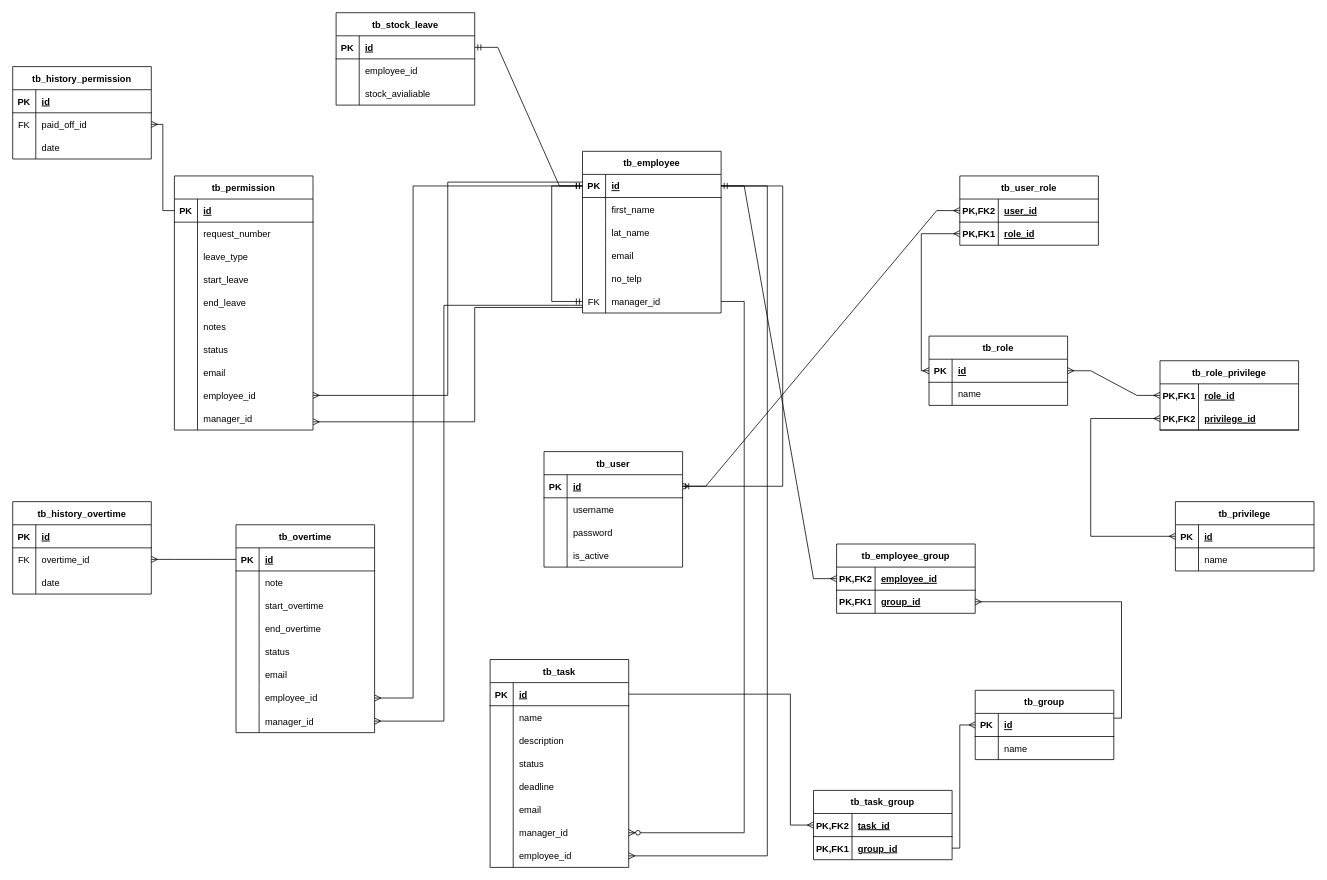
Before: Final.drawio in zarmintaa/Skripsi, a draw.io diagram. Source tidied: cells renumbered, new cells numbered last; positions are measured from the earlier drawing's top-left corner, leaving out a move shared by most shapes. Both pictures are drawn from the tidied source at 77%, with x=0, y=0 at pixel (12, 12).
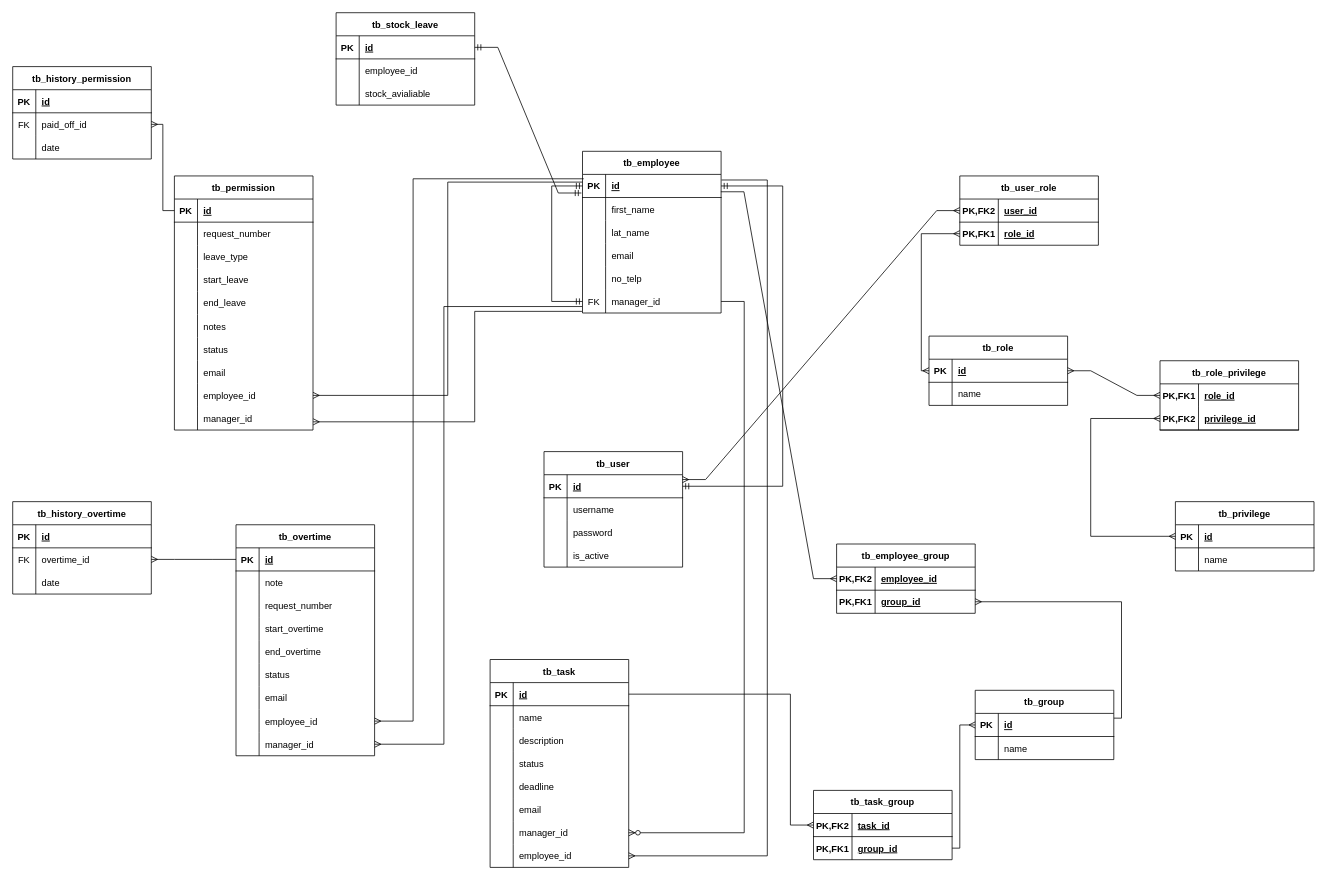
The same page after the edit.

Unchanged cells that the change refers to:
```xml
<mxCell id="3" style="shape=tableRow;horizontal=0;startSize=0;swimlaneHead=0;swimlaneBody=0;fillColor=none;points=[[0,0.5],[1,0.5]];portConstraint=eastwest;top=0;left=0;right=0;bottom=1;" parent="2" vertex="1">
  <mxGeometry y="30" width="180" height="30" as="geometry" />
</mxCell>
<mxCell id="30" style="shape=tableRow;horizontal=0;startSize=0;swimlaneHead=0;swimlaneBody=0;fillColor=none;points=[[0,0.5],[1,0.5]];portConstraint=eastwest;top=0;left=0;right=0;bottom=1;" parent="29" vertex="1">
  <mxGeometry y="30" width="180" height="30" as="geometry" />
</mxCell>
<mxCell id="45" style="shape=tableRow;horizontal=0;startSize=0;swimlaneHead=0;swimlaneBody=0;fillColor=none;points=[[0,0.5],[1,0.5]];portConstraint=eastwest;top=0;left=0;right=0;bottom=0;" parent="29" vertex="1">
  <mxGeometry y="180" width="180" height="30" as="geometry" />
</mxCell>
<mxCell id="84" style="shape=tableRow;horizontal=0;startSize=0;swimlaneHead=0;swimlaneBody=0;fillColor=none;points=[[0,0.5],[1,0.5]];portConstraint=eastwest;top=0;left=0;right=0;bottom=0;" parent="56" vertex="1">
  <mxGeometry y="300" width="180" height="30" as="geometry" />
</mxCell>
<mxCell id="109" style="shape=tableRow;horizontal=0;startSize=0;swimlaneHead=0;swimlaneBody=0;fillColor=none;points=[[0,0.5],[1,0.5]];portConstraint=eastwest;top=0;left=0;right=0;bottom=1;" parent="108" vertex="1">
  <mxGeometry y="30" width="180" height="30" as="geometry" />
</mxCell>
<mxCell id="141" style="shape=tableRow;horizontal=0;startSize=0;swimlaneHead=0;swimlaneBody=0;fillColor=none;points=[[0,0.5],[1,0.5]];portConstraint=eastwest;top=0;left=0;right=0;bottom=0;" parent="119" vertex="1">
  <mxGeometry y="240" width="180" height="30" as="geometry" />
</mxCell>
<mxCell id="159" style="shape=tableRow;horizontal=0;startSize=0;swimlaneHead=0;swimlaneBody=0;fillColor=none;points=[[0,0.5],[1,0.5]];portConstraint=eastwest;top=0;left=0;right=0;bottom=1;" parent="158" vertex="1">
  <mxGeometry y="30" width="180" height="30" as="geometry" />
</mxCell>
<mxCell id="202" style="shape=tableRow;horizontal=0;startSize=0;swimlaneHead=0;swimlaneBody=0;fillColor=none;points=[[0,0.5],[1,0.5]];portConstraint=eastwest;top=0;left=0;right=0;bottom=1;" parent="201" vertex="1">
  <mxGeometry y="30" width="180" height="30" as="geometry" />
</mxCell>
```

Change to the diagram source:
```diff
@@
-    <mxCell id="115" style="edgeStyle=entityRelationEdgeStyle;fontSize=12;html=1;endArrow=ERmany;startArrow=ERmany;rounded=0;elbow=vertical;entryX=0;entryY=0.5;entryDx=0;entryDy=0;" parent="1" edge="1" target="109">
-      <mxGeometry relative="1" as="geometry">
-        <mxPoint x="870" y="615" as="sourcePoint" />
-      </mxGeometry>
+    <mxCell id="115" style="edgeStyle=entityRelationEdgeStyle;fontSize=12;html=1;endArrow=ERmany;startArrow=ERmany;rounded=0;elbow=vertical;entryX=0;entryY=0.5;entryDx=0;entryDy=0;exitX=0.999;exitY=0.21;exitDx=0;exitDy=0;exitPerimeter=0;" parent="1" edge="1" source="3" target="109">
+      <mxGeometry relative="1" as="geometry" />
     </mxCell>
@@
-    <mxCell id="166" style="edgeStyle=entityRelationEdgeStyle;fontSize=12;html=1;endArrow=ERmany;rounded=0;entryX=0;entryY=0.5;entryDx=0;entryDy=0;exitX=1;exitY=0.5;exitDx=0;exitDy=0;" parent="1" edge="1" source="30" target="159">
+    <mxCell id="166" style="edgeStyle=entityRelationEdgeStyle;fontSize=12;html=1;endArrow=ERmany;rounded=0;entryX=0;entryY=0.5;entryDx=0;entryDy=0;exitX=0.998;exitY=0.752;exitDx=0;exitDy=0;exitPerimeter=0;" parent="1" edge="1" source="30" target="159">
       <mxGeometry relative="1" as="geometry" />
     </mxCell>
@@
-    <mxCell id="168" style="edgeStyle=elbowEdgeStyle;fontSize=12;html=1;endArrow=ERmany;rounded=0;exitX=1;exitY=0.5;exitDx=0;exitDy=0;entryX=1;entryY=0.5;entryDx=0;entryDy=0;" parent="1" edge="1" source="30" target="141">
+    <mxCell id="168" style="edgeStyle=elbowEdgeStyle;fontSize=12;html=1;endArrow=ERmany;rounded=0;exitX=1.003;exitY=0.242;exitDx=0;exitDy=0;entryX=1;entryY=0.5;entryDx=0;entryDy=0;exitPerimeter=0;" parent="1" edge="1" source="30" target="141">
       <mxGeometry relative="1" as="geometry">
         <Array as="points">
           <mxPoint x="980" y="910" />
           <mxPoint x="1010" y="670" />
         </Array>
       </mxGeometry>
     </mxCell>
@@
-    <mxCell id="171" style="edgeStyle=elbowEdgeStyle;fontSize=12;html=1;endArrow=ERmany;rounded=0;exitX=0.001;exitY=0.761;exitDx=0;exitDy=0;exitPerimeter=0;entryX=1.001;entryY=0.644;entryDx=0;entryDy=0;entryPerimeter=0;" parent="1" edge="1" source="45" target="84">
+    <mxCell id="171" style="edgeStyle=elbowEdgeStyle;fontSize=12;html=1;endArrow=ERmany;rounded=0;exitX=-0.004;exitY=0.929;exitDx=0;exitDy=0;exitPerimeter=0;entryX=1.001;entryY=0.644;entryDx=0;entryDy=0;entryPerimeter=0;" parent="1" edge="1" source="45" target="84">
       <mxGeometry relative="1" as="geometry">
         <Array as="points">
           <mxPoint x="600" y="460" />
         </Array>
       </mxGeometry>
     </mxCell>
@@
     <mxCell id="173" value="tb_overtime" style="shape=table;startSize=30;childLayout=tableLayout;rowLines=0;fontStyle=1;align=center;" parent="1" vertex="1">
-      <mxGeometry x="290" y="665" width="180" height="270" as="geometry" />
+      <mxGeometry x="290" y="665" width="180" height="300" as="geometry" />
     </mxCell>
@@
+    <mxCell id="213" style="shape=tableRow;horizontal=0;startSize=0;swimlaneHead=0;swimlaneBody=0;fillColor=none;top=0;left=0;right=0;bottom=0;" parent="173" vertex="1">
+      <mxGeometry y="90" width="180" height="30" as="geometry" />
+    </mxCell>
+    <mxCell id="214" style="shape=partialRectangle;fillColor=none;top=0;left=0;bottom=0;right=0;overflow=hidden;" parent="213" vertex="1">
+      <mxGeometry width="30" height="30" as="geometry" />
+    </mxCell>
+    <mxCell id="215" value="request_number" style="shape=partialRectangle;fillColor=none;top=0;left=0;bottom=0;right=0;align=left;spacingLeft=6;overflow=hidden;" parent="213" vertex="1">
+      <mxGeometry x="30" width="150" height="30" as="geometry" />
+    </mxCell>
     <mxCell id="180" style="shape=tableRow;horizontal=0;startSize=0;swimlaneHead=0;swimlaneBody=0;fillColor=none;top=0;left=0;right=0;bottom=0;" parent="173" vertex="1">
-      <mxGeometry y="90" width="180" height="30" as="geometry" />
+      <mxGeometry y="120" width="180" height="30" as="geometry" />
     </mxCell>
@@
     <mxCell id="183" style="shape=tableRow;horizontal=0;startSize=0;swimlaneHead=0;swimlaneBody=0;fillColor=none;top=0;left=0;right=0;bottom=0;" parent="173" vertex="1">
-      <mxGeometry y="120" width="180" height="30" as="geometry" />
+      <mxGeometry y="150" width="180" height="30" as="geometry" />
     </mxCell>
@@
     <mxCell id="186" style="shape=tableRow;horizontal=0;startSize=0;swimlaneHead=0;swimlaneBody=0;fillColor=none;top=0;left=0;right=0;bottom=0;" parent="173" vertex="1">
-      <mxGeometry y="150" width="180" height="30" as="geometry" />
+      <mxGeometry y="180" width="180" height="30" as="geometry" />
     </mxCell>
@@
     <mxCell id="189" style="shape=tableRow;horizontal=0;startSize=0;swimlaneHead=0;swimlaneBody=0;fillColor=none;top=0;left=0;right=0;bottom=0;" parent="173" vertex="1">
-      <mxGeometry y="180" width="180" height="30" as="geometry" />
+      <mxGeometry y="210" width="180" height="30" as="geometry" />
     </mxCell>
@@
     <mxCell id="192" style="shape=tableRow;horizontal=0;startSize=0;swimlaneHead=0;swimlaneBody=0;fillColor=none;points=[[0,0.5],[1,0.5]];portConstraint=eastwest;top=0;left=0;right=0;bottom=0;" parent="173" vertex="1">
-      <mxGeometry y="210" width="180" height="30" as="geometry" />
+      <mxGeometry y="240" width="180" height="30" as="geometry" />
     </mxCell>
@@
     <mxCell id="195" style="shape=tableRow;horizontal=0;startSize=0;swimlaneHead=0;swimlaneBody=0;fillColor=none;points=[[0,0.5],[1,0.5]];portConstraint=eastwest;top=0;left=0;right=0;bottom=0;" parent="173" vertex="1">
-      <mxGeometry y="240" width="180" height="30" as="geometry" />
+      <mxGeometry y="270" width="180" height="30" as="geometry" />
     </mxCell>
@@
-    <mxCell id="198" style="edgeStyle=elbowEdgeStyle;fontSize=12;html=1;endArrow=ERmany;rounded=0;exitX=0;exitY=0.5;exitDx=0;exitDy=0;entryX=1;entryY=0.5;entryDx=0;entryDy=0;" parent="1" edge="1" source="30" target="192">
+    <mxCell id="198" style="edgeStyle=elbowEdgeStyle;fontSize=12;html=1;endArrow=ERmany;rounded=0;exitX=0.009;exitY=0.19;exitDx=0;exitDy=0;entryX=1;entryY=0.5;entryDx=0;entryDy=0;exitPerimeter=0;" parent="1" edge="1" source="30" target="192">
       <mxGeometry relative="1" as="geometry">
         <Array as="points">
           <mxPoint x="520" y="560" />
         </Array>
       </mxGeometry>
     </mxCell>
-    <mxCell id="199" style="edgeStyle=elbowEdgeStyle;fontSize=12;html=1;endArrow=ERmany;rounded=0;entryX=1;entryY=0.5;entryDx=0;entryDy=0;" parent="1" edge="1" target="195">
+    <mxCell id="199" style="edgeStyle=elbowEdgeStyle;fontSize=12;html=1;endArrow=ERmany;rounded=0;entryX=1;entryY=0.5;entryDx=0;entryDy=0;exitX=-0.002;exitY=0.72;exitDx=0;exitDy=0;exitPerimeter=0;" parent="1" edge="1" source="45" target="195">
       <mxGeometry relative="1" as="geometry">
-        <mxPoint x="740" y="380" as="sourcePoint" />
         <Array as="points">
           <mxPoint x="560" y="640" />
         </Array>
       </mxGeometry>
     </mxCell>
@@
-    <mxCell id="211" style="edgeStyle=entityRelationEdgeStyle;fontSize=12;html=1;endArrow=ERmandOne;startArrow=ERmandOne;rounded=0;entryX=0;entryY=0.5;entryDx=0;entryDy=0;exitX=1;exitY=0.5;exitDx=0;exitDy=0;" parent="1" edge="1" source="202" target="30">
+    <mxCell id="211" style="edgeStyle=entityRelationEdgeStyle;fontSize=12;html=1;endArrow=ERmandOne;startArrow=ERmandOne;rounded=0;entryX=-0.008;entryY=0.805;entryDx=0;entryDy=0;exitX=1;exitY=0.5;exitDx=0;exitDy=0;entryPerimeter=0;" parent="1" edge="1" source="202" target="30">
       <mxGeometry relative="1" as="geometry" />
     </mxCell>
```
